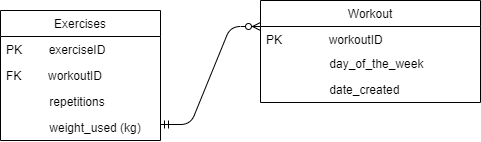
The draw.io diagram ERD new Diagram.png in Armanhafiz4/Fundamental-project, before a commit. Source tidied: cells renumbered, new cells last; positions are measured from the earlier drawing's top-left corner, leaving out a move shared by most shapes.
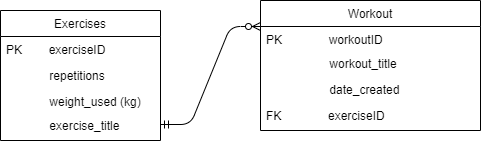
After the commit.

Diff of the diagram source:
```diff
@@ -8,27 +8,30 @@
     <mxCell id="3" value="PK        exerciseID" style="text;align=left;verticalAlign=top;spacingLeft=4;spacingRight=4;overflow=hidden;" parent="2" vertex="1">
       <mxGeometry y="26" width="160" height="26" as="geometry" />
     </mxCell>
-    <mxCell id="4" value="FK        workoutID" style="text;align=left;verticalAlign=top;spacingLeft=4;spacingRight=4;overflow=hidden;rounded=0;shadow=0;html=0;" parent="2" vertex="1">
-      <mxGeometry y="52" width="160" height="26" as="geometry" />
-    </mxCell>
     <mxCell id="5" value="             repetitions" style="text;align=left;verticalAlign=top;spacingLeft=4;spacingRight=4;overflow=hidden;rounded=0;shadow=0;html=0;" parent="2" vertex="1">
-      <mxGeometry y="78" width="160" height="26" as="geometry" />
+      <mxGeometry y="52" width="160" height="26" as="geometry" />
     </mxCell>
     <mxCell id="6" value="             weight_used (kg)" style="text;align=left;verticalAlign=top;spacingLeft=4;spacingRight=4;overflow=hidden;rounded=0;shadow=0;html=0;" parent="2" vertex="1">
-      <mxGeometry y="104" width="160" height="24" as="geometry" />
+      <mxGeometry y="78" width="160" height="24" as="geometry" />
     </mxCell>
+    <mxCell id="12" value="             exercise_title" style="text;align=left;verticalAlign=top;spacingLeft=4;spacingRight=4;overflow=hidden;rounded=0;shadow=0;html=0;" parent="2" vertex="1">
+      <mxGeometry y="102" width="160" height="24" as="geometry" />
+    </mxCell>
     <mxCell id="7" value="Workout" style="swimlane;fontStyle=0;align=center;verticalAlign=top;horizontal=1;startSize=26;rounded=0;shadow=0;strokeWidth=1;" parent="1" vertex="1">
-      <mxGeometry x="260" width="220" height="102" as="geometry" />
+      <mxGeometry x="260" width="220" height="130" as="geometry" />
     </mxCell>
     <mxCell id="8" value="PK              workoutID" style="text;align=left;verticalAlign=top;spacingLeft=4;spacingRight=4;overflow=hidden;" parent="7" vertex="1">
       <mxGeometry y="26" width="220" height="24" as="geometry" />
     </mxCell>
-    <mxCell id="9" value="                   day_of_the_week" style="text;align=left;verticalAlign=top;spacingLeft=4;spacingRight=4;overflow=hidden;" parent="7" vertex="1">
+    <mxCell id="9" value="                   workout_title" style="text;align=left;verticalAlign=top;spacingLeft=4;spacingRight=4;overflow=hidden;" parent="7" vertex="1">
       <mxGeometry y="50" width="220" height="26" as="geometry" />
     </mxCell>
     <mxCell id="10" value="                   date_created" style="text;align=left;verticalAlign=top;spacingLeft=4;spacingRight=4;overflow=hidden;" parent="7" vertex="1">
       <mxGeometry y="76" width="220" height="26" as="geometry" />
     </mxCell>
+    <mxCell id="13" value="FK              exerciseID" style="text;align=left;verticalAlign=top;spacingLeft=4;spacingRight=4;overflow=hidden;" parent="7" vertex="1">
+      <mxGeometry y="102" width="220" height="26" as="geometry" />
+    </mxCell>
     <mxCell id="11" style="edgeStyle=entityRelationEdgeStyle;fontSize=12;html=1;endArrow=ERzeroToMany;startArrow=ERmandOne;" parent="1" edge="1">
       <mxGeometry relative="1" as="geometry">
         <mxPoint x="160" y="124" as="sourcePoint" />
```
